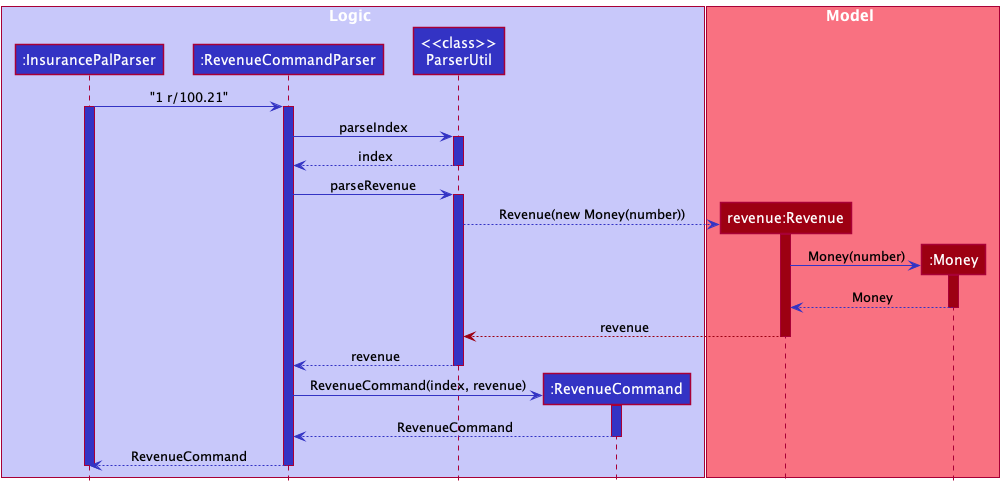
This is docs/images/RevenueCommandParserSequenceDiagram.png from nus-cs2103-AY2122S1/tp, a PlantUML export, as it was before one commit.
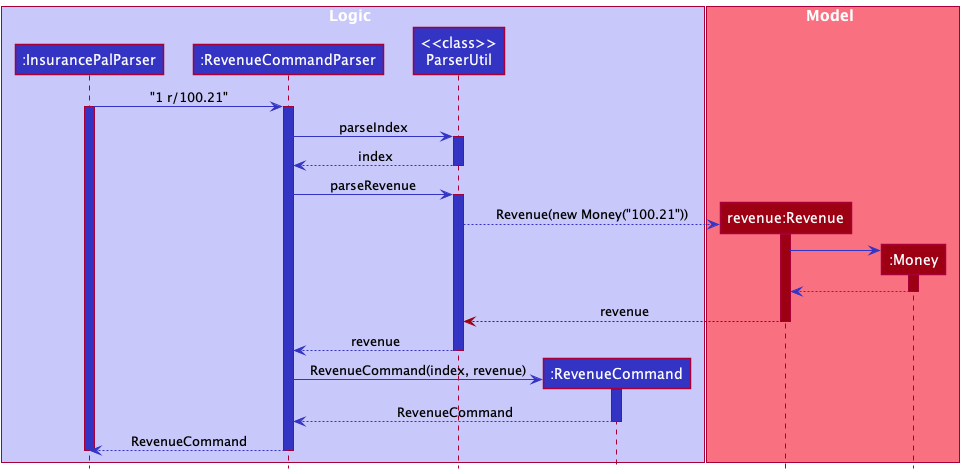
The same file after the commit.

The edit, as a diff of the source:
```diff
@@ -27,14 +27,14 @@
 activate util LOGIC_COLOR
 
 create revenue
-util -[LOGIC_COLOR]-> revenue: Revenue(new Money(number))
+util -[LOGIC_COLOR]-> revenue: Revenue(new Money("100.21"))
 activate revenue MODEL_COLOR
 
 create money
-revenue -[LOGIC_COLOR]> money: Money(number)
+revenue -[LOGIC_COLOR]> money:
 activate money MODEL_COLOR
 
-money -[LOGIC_COLOR]-> revenue : Money
+money -[LOGIC_COLOR]-> revenue :
 deactivate money
 
 revenue -[MODEL_COLOR]-> util :revenue
```
